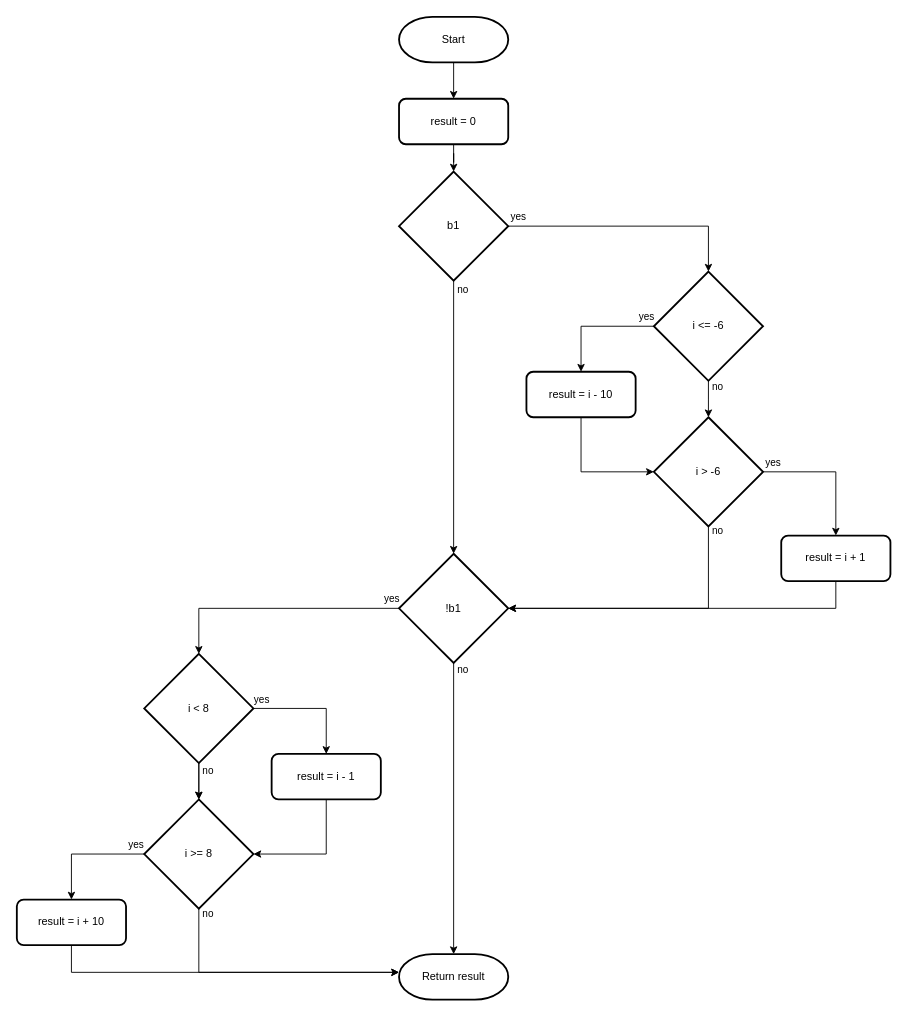
The draw.io diagram page "task3-1" (5 of 13) of images/diagrams.drawio in sgorgun/if-else-statements, before the edit. Source tidied: cells renumbered, new cells numbered last; positions are measured from the earlier drawing's top-left corner, leaving out a move shared by most shapes. Both pictures are drawn from the tidied source at 91%, with x=0, y=0 at pixel (16, 16).
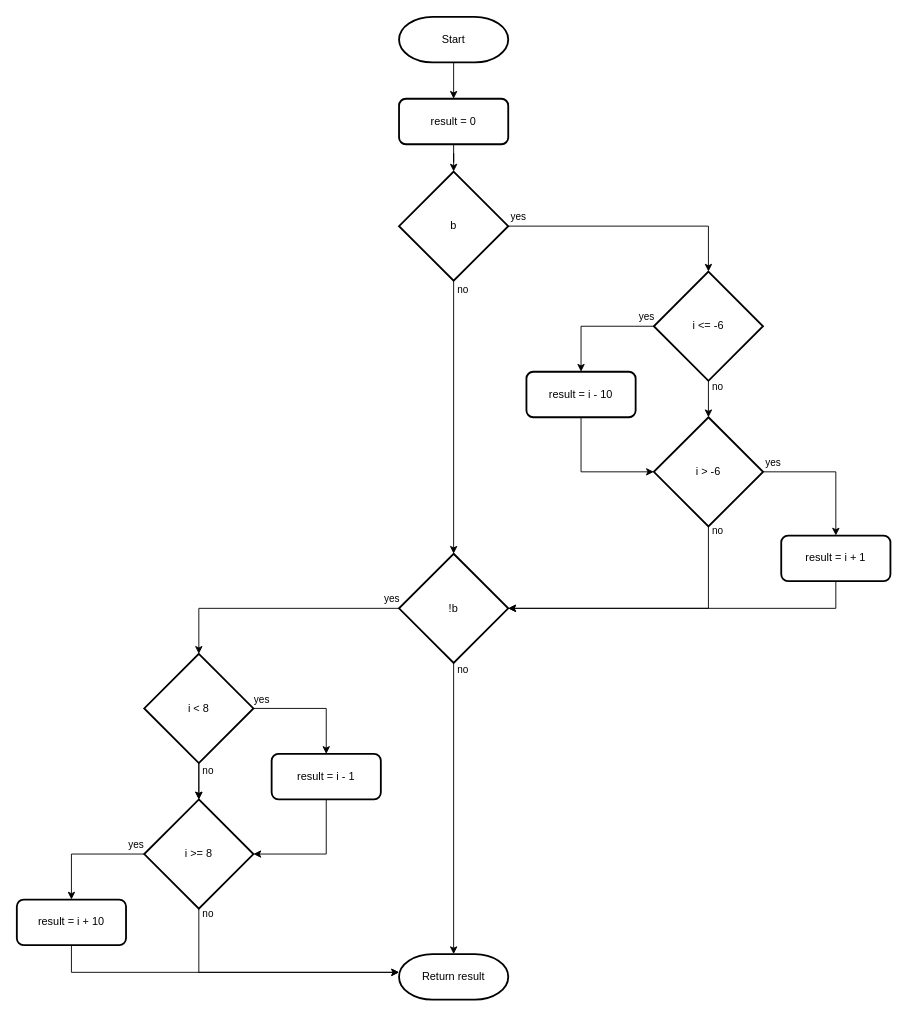
The same diagram, later.

Commit message (it also covers changes not shown here):
Fix task3-1 diagram (b1).

The edit, as a diff of the source:
```diff
@@
-    <mxCell id="8" value="b1" style="rhombus;whiteSpace=wrap;html=1;rounded=0;strokeWidth=2;" parent="1" vertex="1">
+    <mxCell id="8" value="b" style="rhombus;whiteSpace=wrap;html=1;rounded=0;strokeWidth=2;" parent="1" vertex="1">
       <mxGeometry x="420" y="170" width="120" height="120" as="geometry" />
     </mxCell>
@@
-    <mxCell id="20" value="!b1" style="rhombus;whiteSpace=wrap;html=1;rounded=0;strokeWidth=2;" parent="1" vertex="1">
+    <mxCell id="20" value="!b" style="rhombus;whiteSpace=wrap;html=1;rounded=0;strokeWidth=2;" parent="1" vertex="1">
       <mxGeometry x="420" y="590" width="120" height="120" as="geometry" />
     </mxCell>
```
